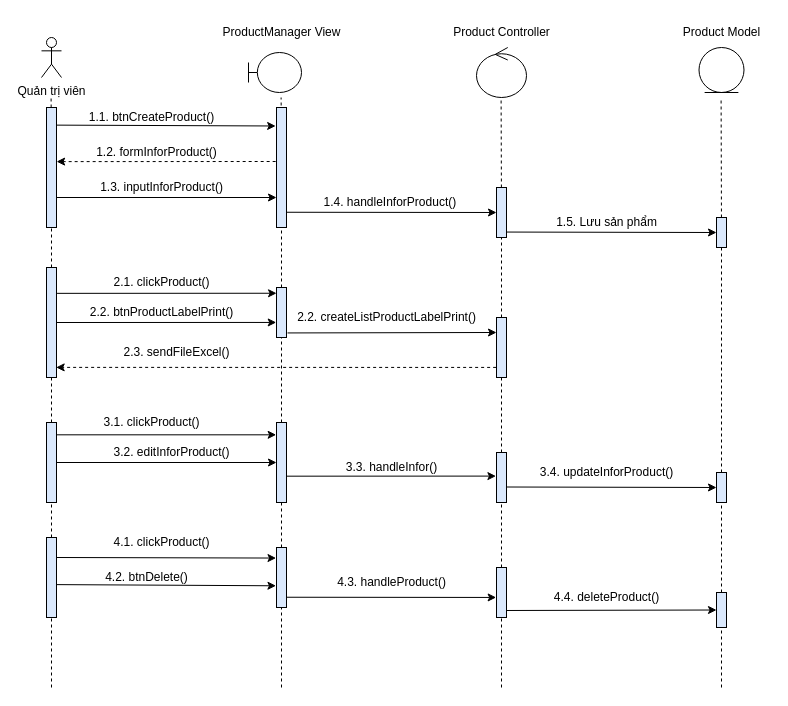
EdgarIgnite16/SGU-Course keeps this draw.io diagram as Nam3_HK1/CNPM_SoftTech/Sequence Diagrams/Quân Huỳnh/SD_QuảnLíSảnPhẩm.drawio. Above is the earlier version. Source tidied: cells renumbered, new cells numbered last; positions are measured from the earlier drawing's top-left corner, leaving out a move shared by most shapes. Both pictures are drawn from the tidied source at 100%, with x=0, y=0 at pixel (41, 17).
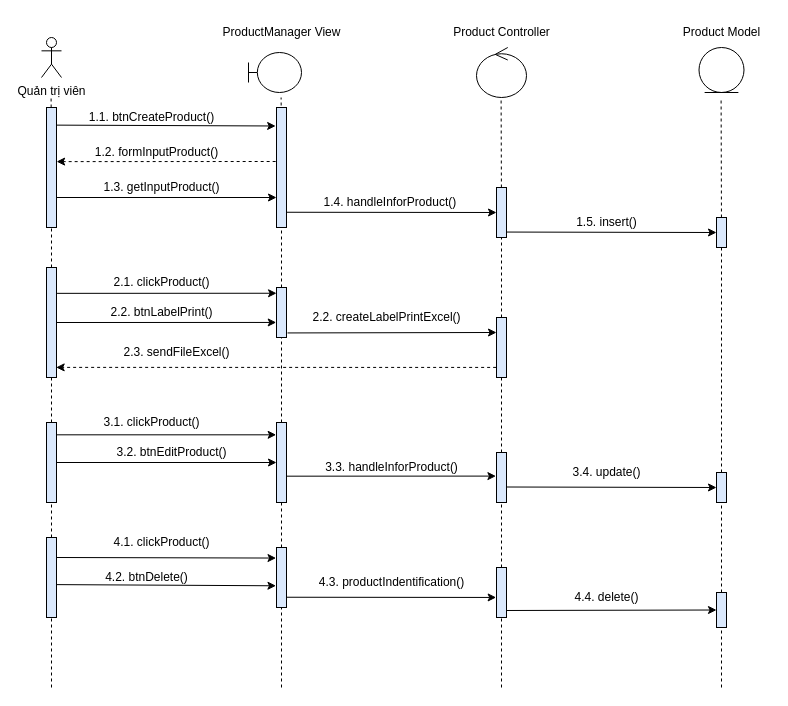
The same diagram, later.

Diff of the diagram source:
```diff
@@
-    <mxCell id="25" value="1.2. formInforProduct()" style="text;html=1;align=center;verticalAlign=middle;strokeColor=none;fillColor=none;fontSize=12;" parent="1" vertex="1">
-      <mxGeometry x="45" y="125" width="140" height="20" as="geometry" />
+    <mxCell id="25" value="1.2. formInputProduct()" style="text;html=1;align=center;verticalAlign=middle;strokeColor=none;fillColor=none;fontSize=12;" parent="1" vertex="1">
+      <mxGeometry x="40" y="120" width="150" height="30" as="geometry" />
     </mxCell>
@@
-    <mxCell id="27" value="1.3. inputInforProduct()" style="text;html=1;align=center;verticalAlign=middle;strokeColor=none;fillColor=none;fontSize=12;" parent="1" vertex="1">
-      <mxGeometry x="50" y="160" width="140" height="20" as="geometry" />
+    <mxCell id="27" value="1.3. getInputProduct()" style="text;html=1;align=center;verticalAlign=middle;strokeColor=none;fillColor=none;fontSize=12;" parent="1" vertex="1">
+      <mxGeometry x="50" y="155" width="140" height="30" as="geometry" />
     </mxCell>
@@
-    <mxCell id="31" value="1.5. Lưu sản phẩm" style="text;html=1;align=center;verticalAlign=middle;strokeColor=none;fillColor=none;fontSize=12;" parent="1" vertex="1">
-      <mxGeometry x="505" y="190" width="120" height="30" as="geometry" />
+    <mxCell id="31" value="1.5. insert()" style="text;html=1;align=center;verticalAlign=middle;strokeColor=none;fillColor=none;fontSize=12;" parent="1" vertex="1">
+      <mxGeometry x="525" y="190" width="80" height="30" as="geometry" />
     </mxCell>
@@
-    <mxCell id="41" value="2.2. createListProductLabelPrint()" style="text;html=1;align=center;verticalAlign=middle;strokeColor=none;fillColor=none;" parent="1" vertex="1">
-      <mxGeometry x="250" y="290" width="190" height="20" as="geometry" />
+    <mxCell id="41" value="2.2. createLabelPrintExcel()" style="text;html=1;align=center;verticalAlign=middle;strokeColor=none;fillColor=none;" parent="1" vertex="1">
+      <mxGeometry x="260" y="285" width="170" height="30" as="geometry" />
     </mxCell>
@@
-    <mxCell id="51" value="3.2. editInforProduct()" style="text;html=1;align=center;verticalAlign=middle;strokeColor=none;fillColor=none;" parent="1" vertex="1">
-      <mxGeometry x="65" y="425" width="130" height="20" as="geometry" />
+    <mxCell id="51" value="3.2. btnEditProduct()" style="text;html=1;align=center;verticalAlign=middle;strokeColor=none;fillColor=none;" parent="1" vertex="1">
+      <mxGeometry x="65" y="420" width="130" height="30" as="geometry" />
     </mxCell>
@@
-    <mxCell id="55" value="3.3. handleInfor()" style="text;html=1;align=center;verticalAlign=middle;strokeColor=none;fillColor=none;" parent="1" vertex="1">
-      <mxGeometry x="295" y="440" width="110" height="20" as="geometry" />
+    <mxCell id="55" value="3.3. handleInforProduct()" style="text;html=1;align=center;verticalAlign=middle;strokeColor=none;fillColor=none;" parent="1" vertex="1">
+      <mxGeometry x="270" y="435" width="160" height="30" as="geometry" />
     </mxCell>
@@
-    <mxCell id="59" value="3.4. updateInforProduct()" style="text;html=1;align=center;verticalAlign=middle;strokeColor=none;fillColor=none;" parent="1" vertex="1">
-      <mxGeometry x="490" y="445" width="150" height="20" as="geometry" />
+    <mxCell id="59" value="3.4. update()" style="text;html=1;align=center;verticalAlign=middle;strokeColor=none;fillColor=none;" parent="1" vertex="1">
+      <mxGeometry x="520" y="440" width="90" height="30" as="geometry" />
     </mxCell>
@@
-    <mxCell id="61" value="2.2. btnProductLabelPrint()" style="text;html=1;align=center;verticalAlign=middle;strokeColor=none;fillColor=none;" parent="1" vertex="1">
-      <mxGeometry x="40" y="285" width="160" height="20" as="geometry" />
+    <mxCell id="61" value="2.2. btnLabelPrint()" style="text;html=1;align=center;verticalAlign=middle;strokeColor=none;fillColor=none;" parent="1" vertex="1">
+      <mxGeometry x="55" y="280" width="130" height="30" as="geometry" />
     </mxCell>
@@
-    <mxCell id="70" value="4.3. handleProduct()" style="text;html=1;align=center;verticalAlign=middle;strokeColor=none;fillColor=none;" parent="1" vertex="1">
-      <mxGeometry x="290" y="555" width="120" height="20" as="geometry" />
+    <mxCell id="70" value="4.3. productIndentification()" style="text;html=1;align=center;verticalAlign=middle;strokeColor=none;fillColor=none;" parent="1" vertex="1">
+      <mxGeometry x="265" y="550" width="170" height="30" as="geometry" />
     </mxCell>
@@
-    <mxCell id="74" value="4.4. deleteProduct()" style="text;html=1;align=center;verticalAlign=middle;strokeColor=none;fillColor=none;" parent="1" vertex="1">
-      <mxGeometry x="505" y="570" width="120" height="20" as="geometry" />
+    <mxCell id="74" value="4.4. delete()" style="text;html=1;align=center;verticalAlign=middle;strokeColor=none;fillColor=none;" parent="1" vertex="1">
+      <mxGeometry x="520" y="565" width="90" height="30" as="geometry" />
     </mxCell>
```
